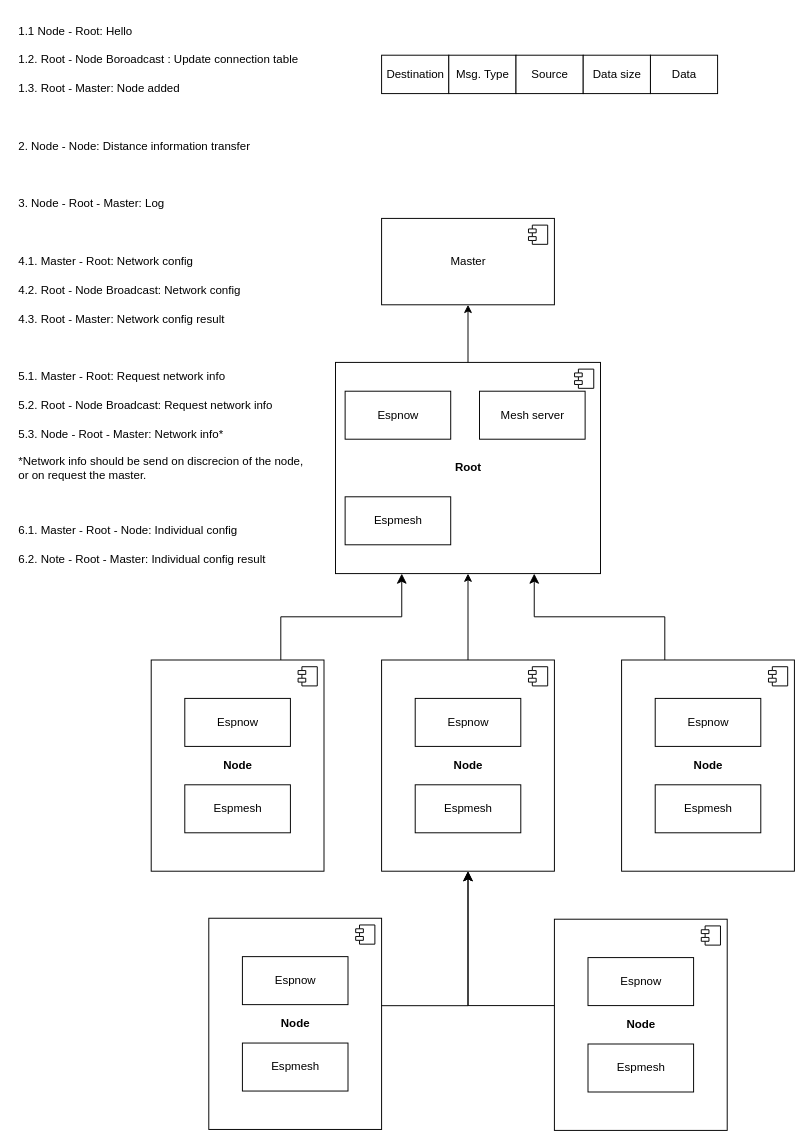
Earlier version of the draw.io diagram Diagrams/something.drawio (AlexandarMilissov/Diplomna_TU_Node). Source tidied: cells renumbered, new cells numbered last; positions are measured from the earlier drawing's top-left corner, leaving out a move shared by most shapes. Both pictures are drawn from the tidied source at 96%, with x=0, y=0 at pixel (16, 16).
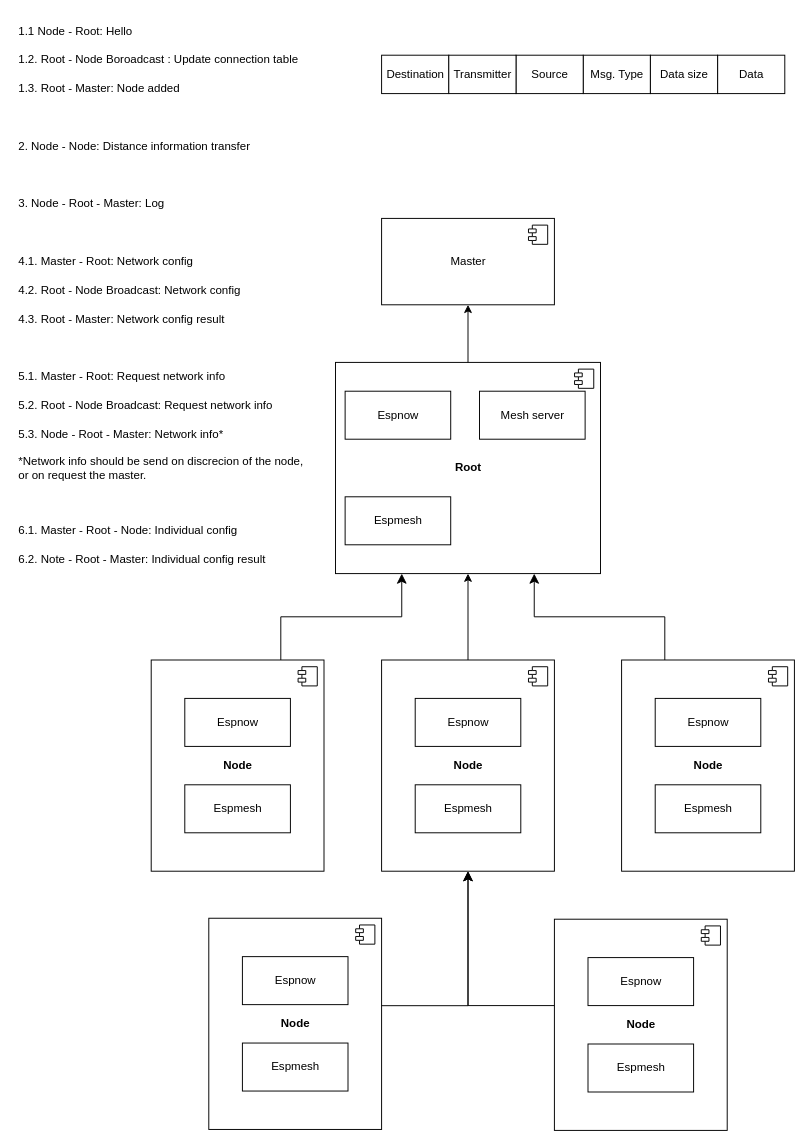
The same diagram, later.

The edit, as a diff of the source:
```diff
@@
     <mxCell id="56" value="Msg. Type" style="html=1;" parent="1" vertex="1">
-      <mxGeometry x="450" y="40" width="70" height="40" as="geometry" />
+      <mxGeometry x="590" y="40" width="70" height="40" as="geometry" />
     </mxCell>
@@
     <mxCell id="58" value="Data" style="html=1;" parent="1" vertex="1">
-      <mxGeometry x="660" y="40" width="70" height="40" as="geometry" />
+      <mxGeometry x="730" y="40" width="70" height="40" as="geometry" />
     </mxCell>
     <mxCell id="59" value="Data size" style="html=1;" parent="1" vertex="1">
-      <mxGeometry x="590" y="40" width="70" height="40" as="geometry" />
+      <mxGeometry x="660" y="40" width="70" height="40" as="geometry" />
     </mxCell>
+    <mxCell id="60" value="Transmitter" style="html=1;" parent="1" vertex="1">
+      <mxGeometry x="450" y="40" width="70" height="40" as="geometry" />
+    </mxCell>
```
